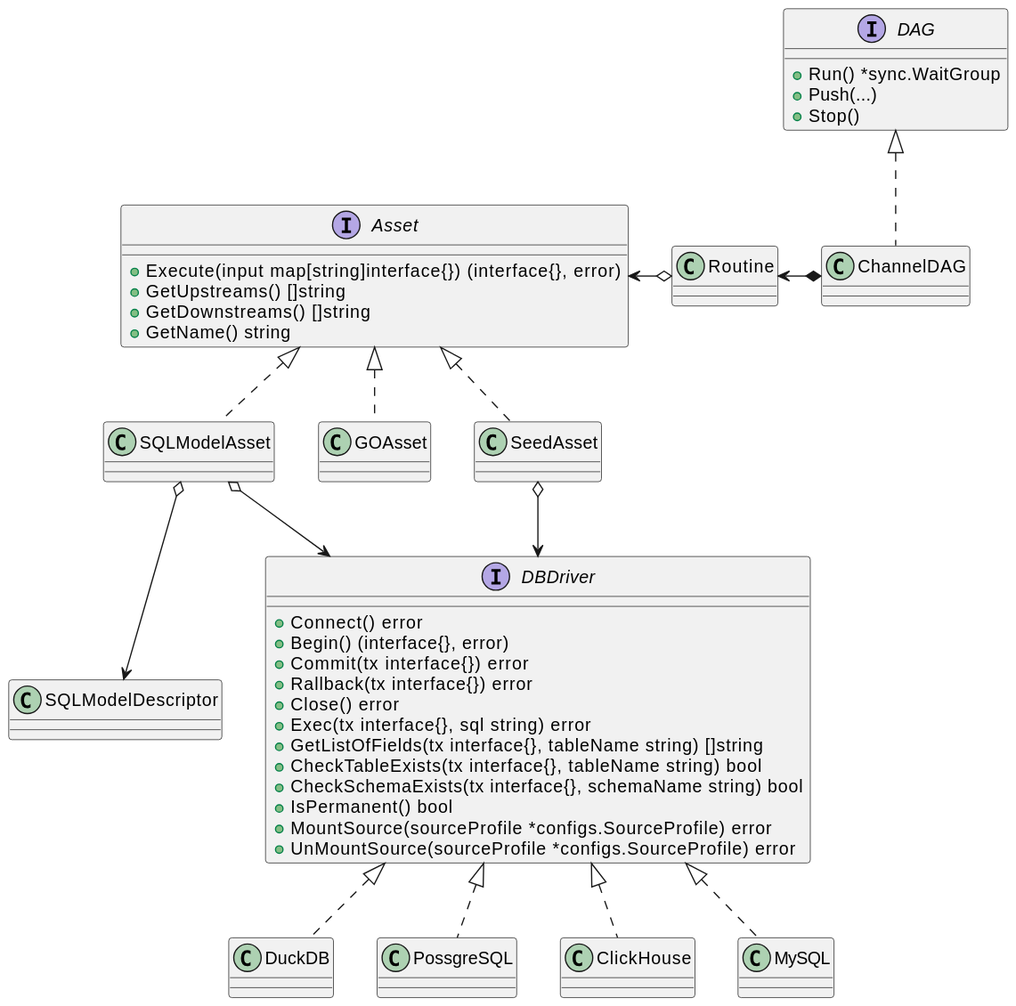
Earlier version of the PlantUML export docs/classes.svg (go-teal/teal).
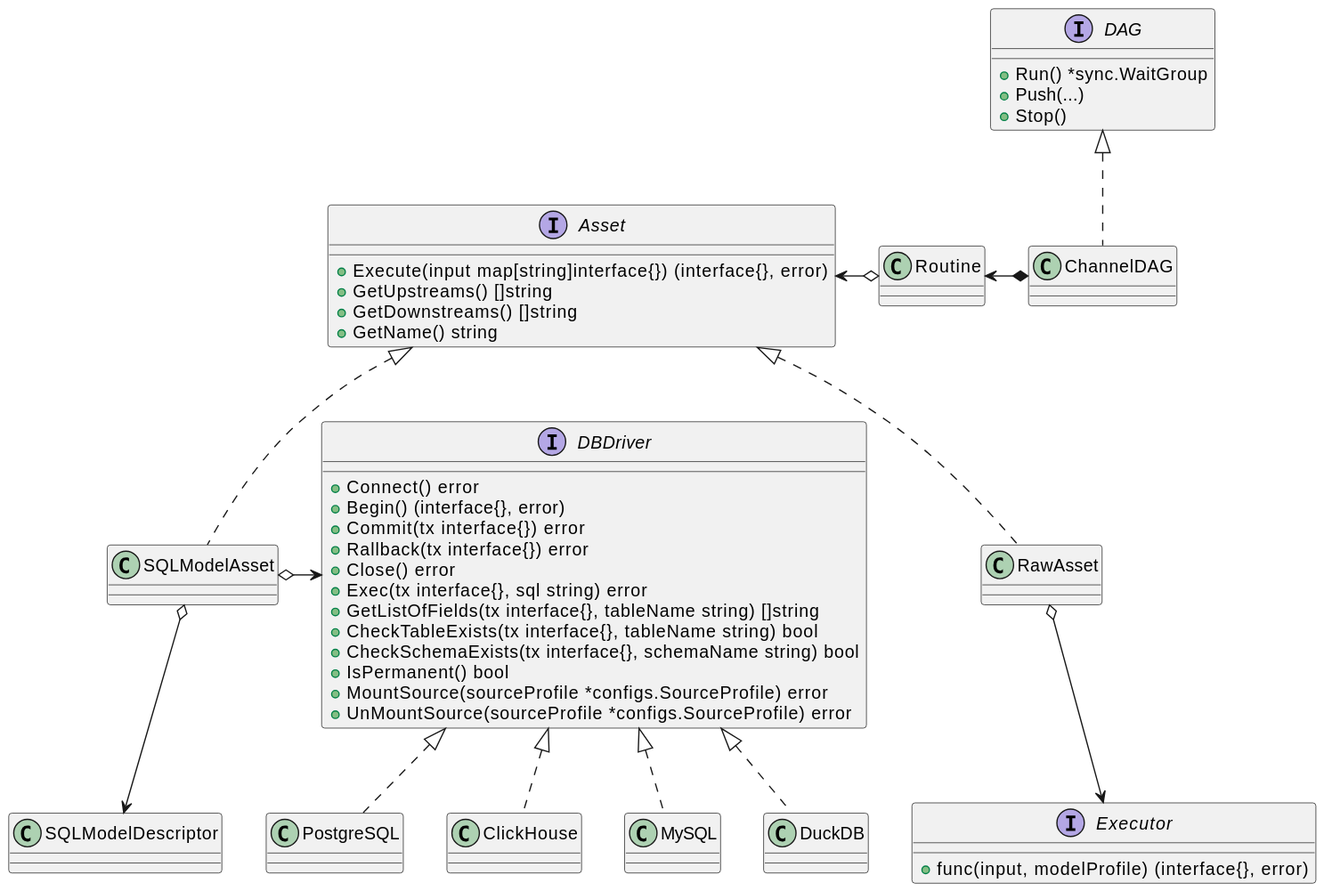
The same diagram one commit later.

Commit message:
- class diagram update

What changed in the source:
```diff
@@ -23,7 +23,7 @@
 }
 
 Class DuckDB
-Class PossgreSQL
+Class PostgreSQL
 Class ClickHouse
 Class MySQL
 Class SQLModelDescriptor
@@ -33,16 +33,19 @@
 	+Stop()
 }
 
+Interface Executor{
+	+func(input, modelProfile) (interface{}, error)
+}
+
 class Routine
 
 SQLModelAsset .up.|> Asset
-GOAsset .up.|> Asset
-SeedAsset .up.|> Asset
+RawAsset .up.|> Asset
 SQLModelAsset o-right-> DBDriver
 SQLModelAsset o--> SQLModelDescriptor
-SeedAsset o--> DBDriver
+RawAsset o--> Executor
 DuckDB .up.|> DBDriver
-PossgreSQL .up.|> DBDriver
+PostgreSQL .up.|> DBDriver
 ClickHouse .up.|> DBDriver
 MySQL .up.|> DBDriver
 
```
